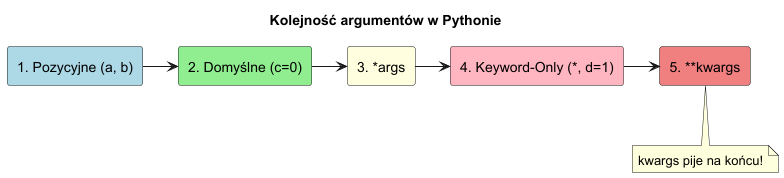
Before: src/_02-functions/02-arguments/diagrams/argument_order.png, a diagram exported from PlantUML (tborzyszkowski/python-programming).
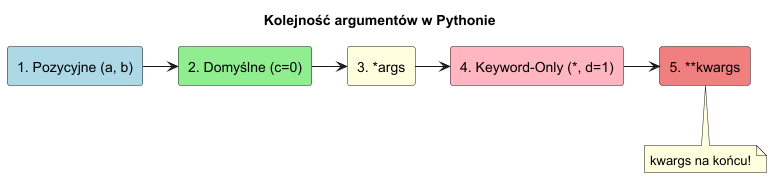
Above is the later version.

Commit message:
02-functions diagrams skin param

What changed in the source:
```diff
@@ -15,7 +15,7 @@
 KwOnly -> KwArgs
 
 note bottom of KwArgs
-  kwargs pije na końcu!
+  kwargs na końcu!
 end note
 
 @enduml
```
